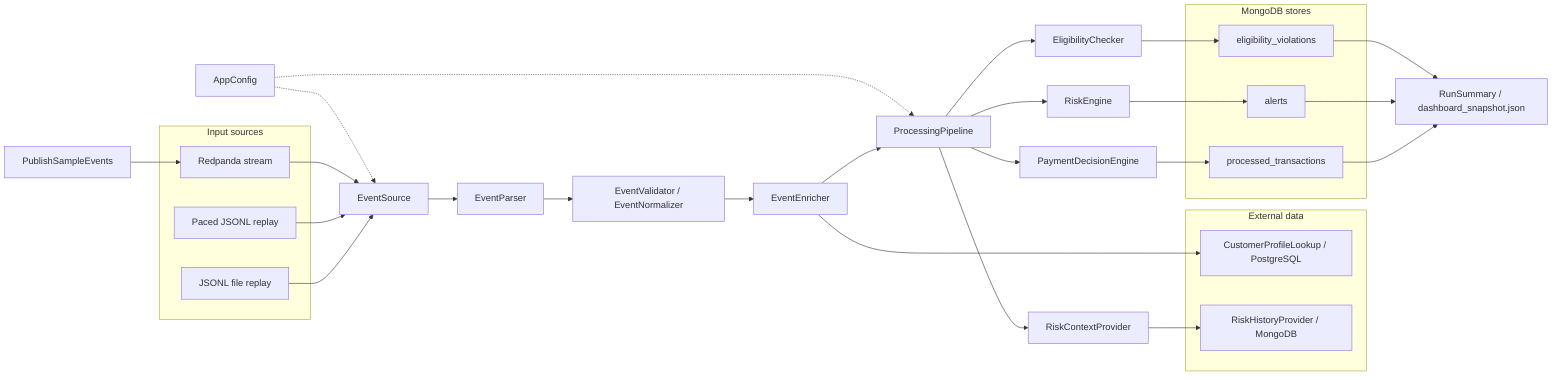
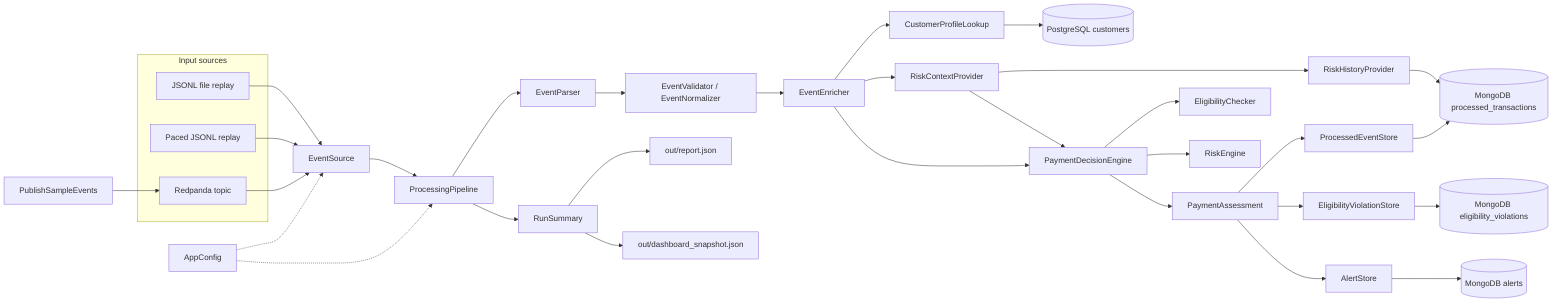
flowchart LR
  subgraph Sources[Input sources]
    file[JSONL file replay]
    paced[Paced JSONL replay]
-     redpanda[Redpanda stream]
+     redpanda[Redpanda topic]
  end

-   file --> ES[EventSource]
-   paced --> ES
-   redpanda --> ES
+   file --> source[EventSource]
+   paced --> source
+   redpanda --> source
+   source --> pipeline[ProcessingPipeline]

-   ES --> Parser[EventParser]
-   Parser --> Validator[EventValidator / EventNormalizer]
-   Validator --> Enricher[EventEnricher]
-   Enricher --> Pipeline[ProcessingPipeline]
+   pipeline --> parser[EventParser]
+   parser --> validator[EventValidator / EventNormalizer]
+   validator --> enricher[EventEnricher]

-   subgraph Lookups[External data]
-     profiles[CustomerProfileLookup / PostgreSQL]
-     history[RiskHistoryProvider / MongoDB]
-   end
+   enricher --> lookup[CustomerProfileLookup]
+   lookup --> postgres[(PostgreSQL customers)]

-   Enricher --> profiles
-   Pipeline --> RiskContext[RiskContextProvider]
-   RiskContext --> history
+   enricher --> context[RiskContextProvider]
+   context --> history[RiskHistoryProvider]
+   history --> processed[(MongoDB processed_transactions)]

-   Pipeline --> Eligibility[EligibilityChecker]
-   Pipeline --> Risk[RiskEngine]
-   Pipeline --> Decision[PaymentDecisionEngine]
+   context --> decision[PaymentDecisionEngine]
+   enricher --> decision
+   decision --> eligibility[EligibilityChecker]
+   decision --> risk[RiskEngine]
+   decision --> assessment[PaymentAssessment]

-   subgraph Mongo[MongoDB stores]
-     processed[processed_transactions]
-     violations[eligibility_violations]
-     alerts[alerts]
-   end
+   assessment --> processedStore[ProcessedEventStore]
+   assessment --> violationStore[EligibilityViolationStore]
+   assessment --> alertStore[AlertStore]

-   Decision --> processed
-   Eligibility --> violations
-   Risk --> alerts
+   processedStore --> processed
+   violationStore --> violations[(MongoDB eligibility_violations)]
+   alertStore --> alerts[(MongoDB alerts)]

-   processed --> Reporting[RunSummary / dashboard_snapshot.json]
-   alerts --> Reporting
-   violations --> Reporting
+   pipeline --> summary[RunSummary]
+   summary --> report[out/report.json]
+   summary --> snapshot[out/dashboard_snapshot.json]

-   Publisher[PublishSampleEvents] --> redpanda
-   Config[AppConfig] -.-> ES
-   Config -.-> Pipeline
+   publisher[PublishSampleEvents] --> redpanda
+   config[AppConfig] -.-> source
+   config -.-> pipeline
